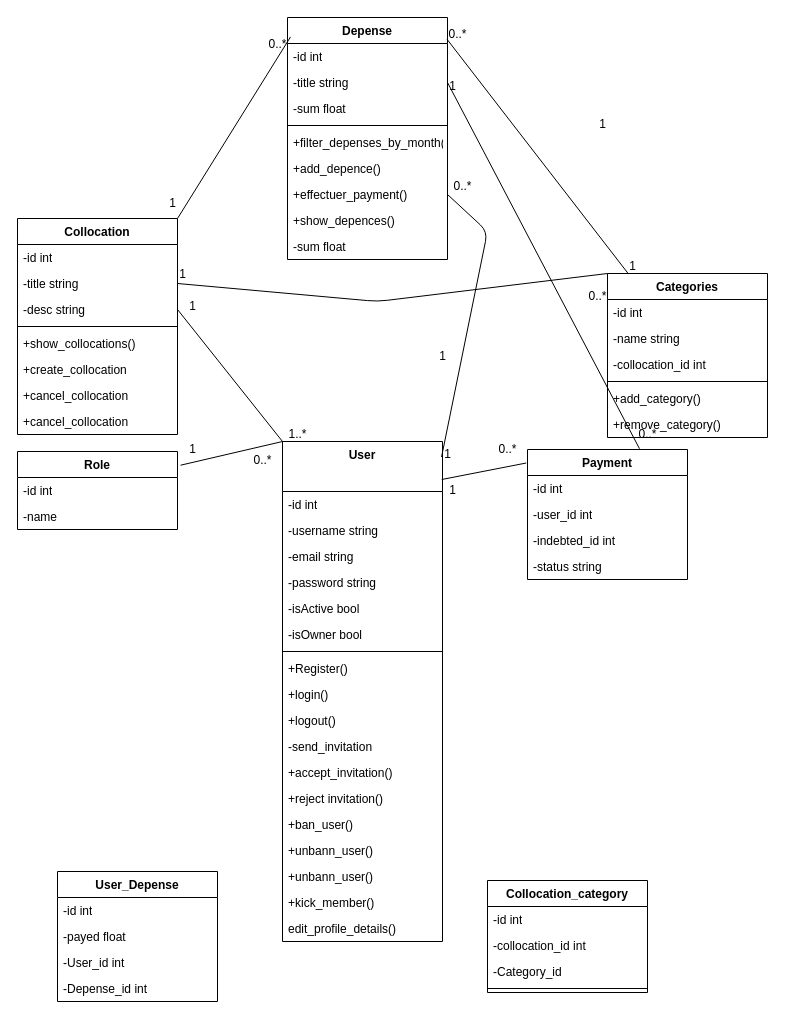
This is diagrammes/dgm_Classes.drawio from Ammar-Kasimi/briefSoutenance2, a draw.io file, before an edit. Source tidied: cells renumbered, new cells numbered last; positions are measured from the earlier drawing's top-left corner, leaving out a move shared by most shapes. Both pictures are drawn from the tidied source at 100%, with x=0, y=0 at pixel (17, 17).
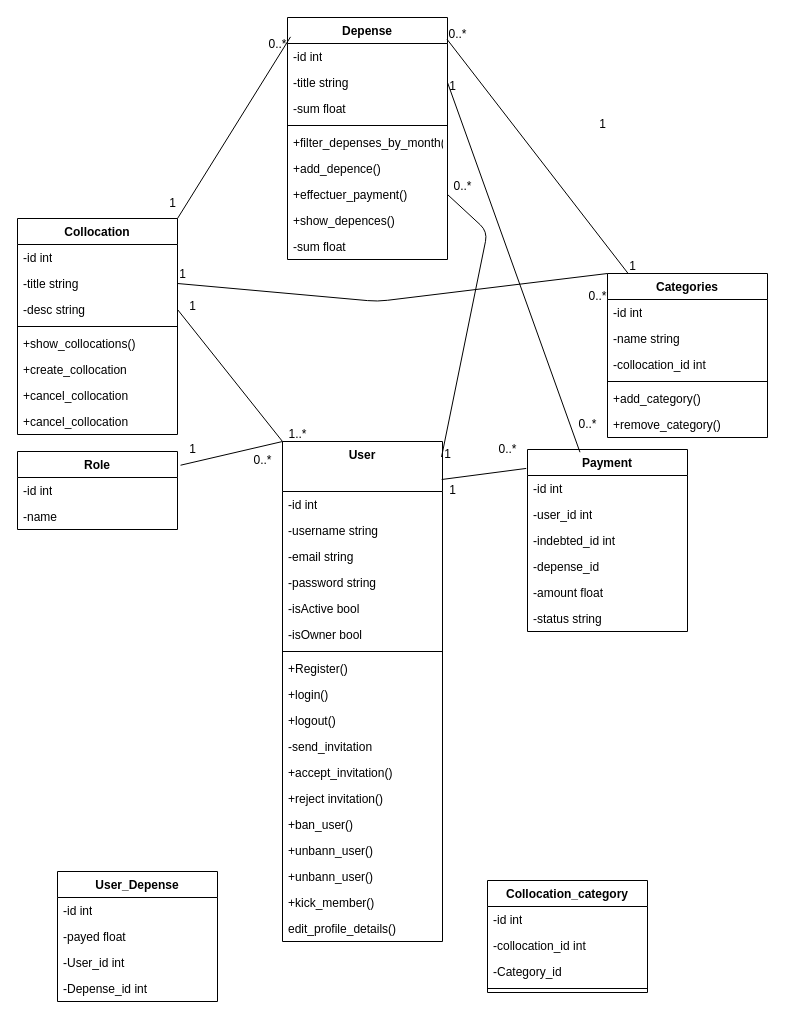
Above is the later version.

The change refers to these unchanged cells:
```xml
<mxCell id="26" value="-title string" style="text;strokeColor=none;fillColor=none;align=left;verticalAlign=top;spacingLeft=4;spacingRight=4;overflow=hidden;points=[[0,0.5],[1,0.5]];portConstraint=eastwest;whiteSpace=wrap;html=1;" parent="24" vertex="1">
  <mxGeometry y="52" width="160" height="26" as="geometry" />
</mxCell>
```

Diff of the diagram source:
```diff
@@
-    <mxCell id="63" value="1" style="text;html=1;align=center;verticalAlign=middle;strokeColor=none;fillColor=none;" parent="1" vertex="1">
-      <mxGeometry x="410" y="324" width="30" height="30" as="geometry" />
-    </mxCell>
@@
     <mxCell id="74" value="Payment" style="swimlane;fontStyle=1;align=center;verticalAlign=top;horizontal=1;startSize=26;whiteSpace=wrap;html=1;" parent="1" vertex="1">
-      <mxGeometry x="510" y="432" width="160" height="130" as="geometry" />
+      <mxGeometry x="510" y="432" width="160" height="182" as="geometry" />
     </mxCell>
@@
+    <mxCell id="91" value="-depense_id" style="text;strokeColor=none;fillColor=none;align=left;verticalAlign=top;spacingLeft=4;spacingRight=4;overflow=hidden;whiteSpace=wrap;html=1;" parent="74" vertex="1">
+      <mxGeometry y="104" width="160" height="26" as="geometry" />
+    </mxCell>
+    <mxCell id="92" value="-amount float" style="text;strokeColor=none;fillColor=none;align=left;verticalAlign=top;spacingLeft=4;spacingRight=4;overflow=hidden;whiteSpace=wrap;html=1;" parent="74" vertex="1">
+      <mxGeometry y="130" width="160" height="26" as="geometry" />
+    </mxCell>
     <mxCell id="78" value="-status string" style="text;strokeColor=none;fillColor=none;align=left;verticalAlign=top;spacingLeft=4;spacingRight=4;overflow=hidden;whiteSpace=wrap;html=1;" parent="74" vertex="1">
-      <mxGeometry y="104" width="160" height="26" as="geometry" />
+      <mxGeometry y="156" width="160" height="26" as="geometry" />
     </mxCell>
@@
-    <mxCell id="82" style="endArrow=none;html=1;entryX=0.7;entryY=-0.006;entryDx=0;entryDy=0;entryPerimeter=0;exitX=1;exitY=0.5;exitDx=0;exitDy=0;" parent="1" edge="1" source="26" target="74">
+    <mxCell id="82" style="endArrow=none;html=1;exitX=1;exitY=0.5;exitDx=0;exitDy=0;entryX=0.328;entryY=0.015;entryDx=0;entryDy=0;entryPerimeter=0;" parent="1" edge="1" source="26" target="74">
       <mxGeometry relative="1" as="geometry" />
     </mxCell>
     <mxCell id="83" value="0..*" style="text;html=1;align=center;verticalAlign=middle;strokeColor=none;fillColor=none;" parent="1" vertex="1">
-      <mxGeometry x="610" y="402" width="40" height="30" as="geometry" />
+      <mxGeometry x="550" y="392" width="40" height="30" as="geometry" />
     </mxCell>
```
